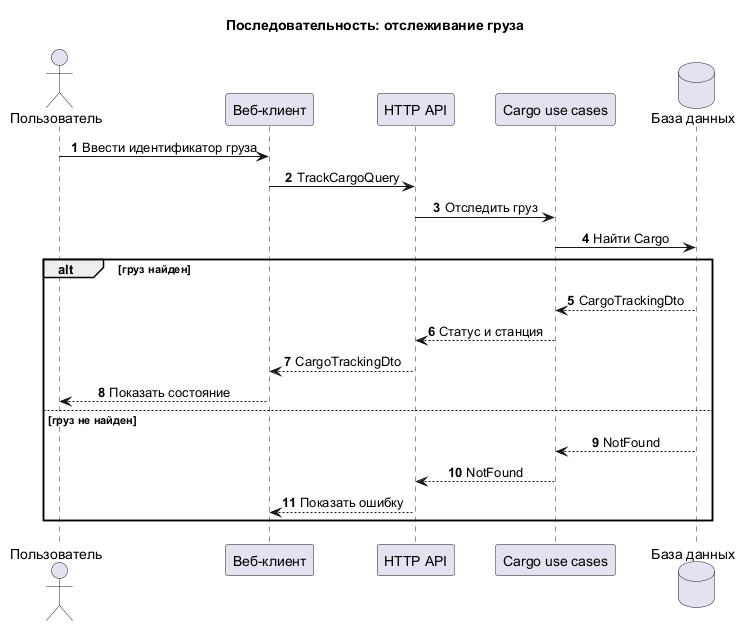
Before: uml/sequence-diagram/Отслеживание_груза.png, a diagram exported from PlantUML (Gu4rDe/railway).
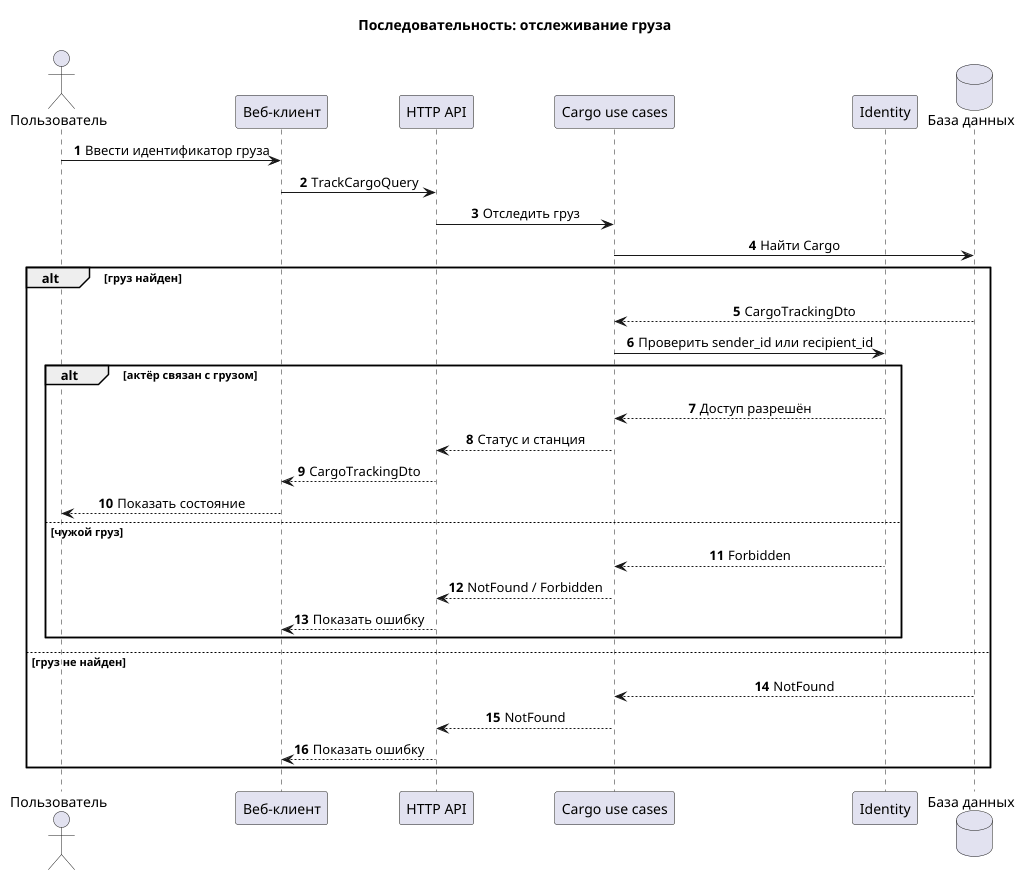
The same file after the commit.

What changed in the source:
```diff
@@ -10,6 +10,7 @@
 participant "Веб-клиент" as Client
 participant "HTTP API" as API
 participant "Cargo use cases" as Cargo
+participant "Identity" as Identity
 database "База данных" as DB
 
 User -> Client : Ввести идентификатор груза
@@ -18,9 +19,17 @@
 Cargo -> DB : Найти Cargo
 alt груз найден
   DB --> Cargo : CargoTrackingDto
+  Cargo -> Identity : Проверить sender_id или recipient_id
+  alt актёр связан с грузом
+    Identity --> Cargo : Доступ разрешён
   Cargo --> API : Статус и станция
   API --> Client : CargoTrackingDto
   Client --> User : Показать состояние
+  else чужой груз
+    Identity --> Cargo : Forbidden
+    Cargo --> API : NotFound / Forbidden
+    API --> Client : Показать ошибку
+  end
 else груз не найден
   DB --> Cargo : NotFound
   Cargo --> API : NotFound
```
